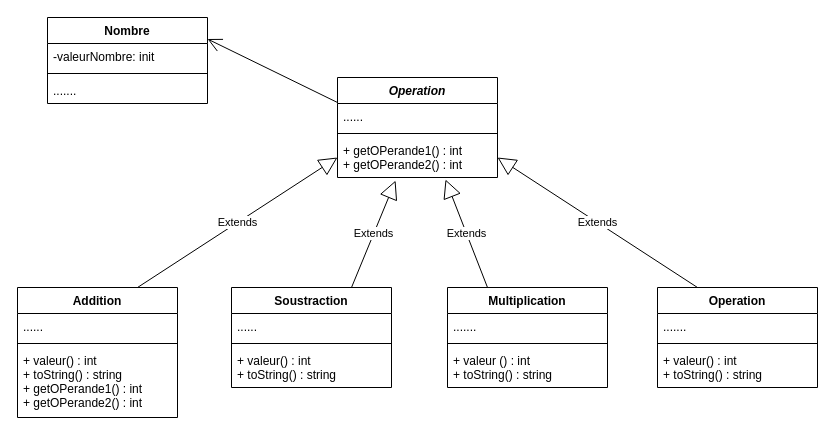
Above: src/.drawio.xml in DariusAlex03/SAE_CALCULATRICE_JAVA (draw.io), before the change. Source tidied: cells renumbered, new cells numbered last; positions are measured from the earlier drawing's top-left corner, leaving out a move shared by most shapes. Both pictures are drawn from the tidied source at 100%, with x=0, y=0 at pixel (17, 17).
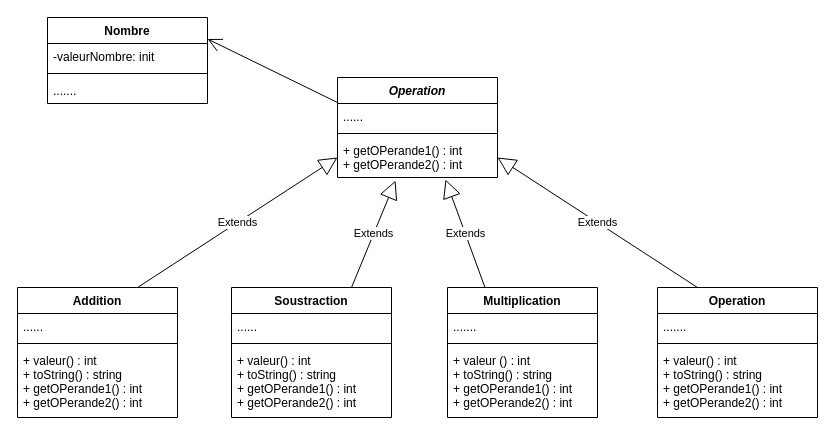
After the change.

The edit, as a diff of the source:
```diff
@@
     <mxCell id="6" value="Operation" style="swimlane;fontStyle=1;align=center;verticalAlign=top;horizontal=1;startSize=26;" parent="1" vertex="1">
-      <mxGeometry x="640" y="270" width="160" height="100" as="geometry" />
+      <mxGeometry x="640" y="270" width="160" height="130" as="geometry" />
     </mxCell>
@@
-    <mxCell id="9" value="+ valeur() : int&#10;+ toString() : string" style="text;strokeColor=none;fillColor=none;align=left;verticalAlign=top;spacingLeft=4;spacingRight=4;overflow=hidden;" parent="6" vertex="1">
-      <mxGeometry y="60" width="160" height="40" as="geometry" />
+    <mxCell id="9" value="+ valeur() : int&#10;+ toString() : string&#10;+ getOPerande1() : int&#10;+ getOPerande2() : int" style="text;strokeColor=none;fillColor=none;align=left;verticalAlign=top;spacingLeft=4;spacingRight=4;overflow=hidden;" parent="6" vertex="1">
+      <mxGeometry y="60" width="160" height="70" as="geometry" />
     </mxCell>
@@
     <mxCell id="14" value="Multiplication" style="swimlane;fontStyle=1;align=center;verticalAlign=top;horizontal=1;startSize=26;" parent="1" vertex="1">
-      <mxGeometry x="430" y="270" width="160" height="100" as="geometry" />
+      <mxGeometry x="430" y="270" width="150" height="130" as="geometry" />
     </mxCell>
     <mxCell id="15" value="......." style="text;strokeColor=none;fillColor=none;align=left;verticalAlign=top;spacingLeft=4;spacingRight=4;overflow=hidden;" parent="14" vertex="1">
-      <mxGeometry y="26" width="160" height="26" as="geometry" />
+      <mxGeometry y="26" width="150" height="26" as="geometry" />
     </mxCell>
     <mxCell id="16" style="line;strokeWidth=1;fillColor=none;align=left;verticalAlign=middle;spacingTop=-1;spacingLeft=3;spacingRight=3;labelPosition=right;" parent="14" vertex="1">
-      <mxGeometry y="52" width="160" height="8" as="geometry" />
+      <mxGeometry y="52" width="150" height="8" as="geometry" />
     </mxCell>
-    <mxCell id="17" value="+ valeur () : int&#10;+ toString() : string" style="text;strokeColor=none;fillColor=none;align=left;verticalAlign=top;spacingLeft=4;spacingRight=4;overflow=hidden;" parent="14" vertex="1">
-      <mxGeometry y="60" width="160" height="40" as="geometry" />
+    <mxCell id="17" value="+ valeur () : int&#10;+ toString() : string&#10;+ getOPerande1() : int&#10;+ getOPerande2() : int" style="text;strokeColor=none;fillColor=none;align=left;verticalAlign=top;spacingLeft=4;spacingRight=4;overflow=hidden;" parent="14" vertex="1">
+      <mxGeometry y="60" width="150" height="70" as="geometry" />
     </mxCell>
     <mxCell id="18" value="Soustraction" style="swimlane;fontStyle=1;align=center;verticalAlign=top;horizontal=1;startSize=26;" parent="1" vertex="1">
-      <mxGeometry x="214" y="270" width="160" height="100" as="geometry" />
+      <mxGeometry x="214" y="270" width="160" height="130" as="geometry" />
     </mxCell>
@@
-    <mxCell id="21" value="+ valeur() : int&#10;+ toString() : string" style="text;strokeColor=none;fillColor=none;align=left;verticalAlign=top;spacingLeft=4;spacingRight=4;overflow=hidden;" parent="18" vertex="1">
-      <mxGeometry y="60" width="160" height="40" as="geometry" />
+    <mxCell id="21" value="+ valeur() : int&#10;+ toString() : string&#10;+ getOPerande1() : int&#10;+ getOPerande2() : int" style="text;strokeColor=none;fillColor=none;align=left;verticalAlign=top;spacingLeft=4;spacingRight=4;overflow=hidden;" parent="18" vertex="1">
+      <mxGeometry y="60" width="160" height="70" as="geometry" />
     </mxCell>
```
